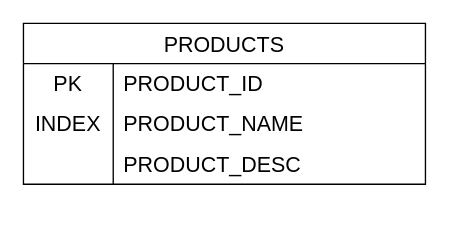
The draw.io diagram Diagrams/sellerCentral.drawio in abd-rish/ECommerce, before the edit. Source tidied: cells renumbered, new cells numbered last; positions are measured from the earlier drawing's top-left corner, leaving out a move shared by most shapes. Both pictures are drawn from the tidied source at 134%, with x=0, y=0 at pixel (23, 23).
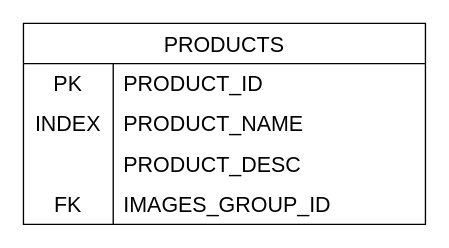
The same diagram, later.

Diff of the diagram source:
```diff
@@
 <mxGraphModel>
   <root>
     <mxCell id="0" />
     <mxCell id="1" parent="0" />
     <mxCell id="2" value="PRODUCTS" style="shape=table;startSize=30;childLayout=tableLayout;rowLines=0;fontStyle=0;strokeColor=default;fontSize=16;" parent="1" vertex="1">
-      <mxGeometry width="300" height="120" as="geometry" />
+      <mxGeometry width="300" height="150" as="geometry" />
     </mxCell>
     <mxCell id="3" style="shape=tableRow;horizontal=0;startSize=0;swimlaneHead=0;swimlaneBody=0;top=0;left=0;bottom=0;right=0;fillColor=none;strokeColor=inherit;fontSize=16;" parent="2" vertex="1">
       <mxGeometry y="30" width="300" height="30" as="geometry" />
     </mxCell>
     <mxCell id="4" value="PK" style="shape=partialRectangle;html=1;whiteSpace=wrap;fillColor=none;top=0;left=0;bottom=0;right=0;overflow=hidden;strokeColor=inherit;fontSize=16;" parent="3" vertex="1">
       <mxGeometry width="67" height="30" as="geometry" />
     </mxCell>
     <mxCell id="5" value="PRODUCT_ID" style="shape=partialRectangle;html=1;whiteSpace=wrap;fillColor=none;top=0;left=0;bottom=0;right=0;align=left;spacingLeft=6;overflow=hidden;strokeColor=inherit;fontSize=16;" parent="3" vertex="1">
       <mxGeometry x="67" width="233" height="30" as="geometry" />
     </mxCell>
     <mxCell id="6" style="shape=tableRow;horizontal=0;startSize=0;swimlaneHead=0;swimlaneBody=0;top=0;left=0;bottom=0;right=0;fillColor=none;strokeColor=inherit;fontSize=16;" parent="2" vertex="1">
       <mxGeometry y="60" width="300" height="30" as="geometry" />
     </mxCell>
     <mxCell id="7" value="INDEX" style="shape=partialRectangle;html=1;whiteSpace=wrap;fillColor=none;top=0;left=0;bottom=0;right=0;overflow=hidden;strokeColor=inherit;fontSize=16;" parent="6" vertex="1">
       <mxGeometry width="67" height="30" as="geometry" />
     </mxCell>
     <mxCell id="8" value="PRODUCT_NAME" style="shape=partialRectangle;html=1;whiteSpace=wrap;fillColor=none;top=0;left=0;bottom=0;right=0;align=left;spacingLeft=6;overflow=hidden;strokeColor=inherit;fontSize=16;" parent="6" vertex="1">
       <mxGeometry x="67" width="233" height="30" as="geometry" />
     </mxCell>
     <mxCell id="9" style="shape=tableRow;horizontal=0;startSize=0;swimlaneHead=0;swimlaneBody=0;top=0;left=0;bottom=0;right=0;fillColor=none;strokeColor=inherit;fontSize=16;" parent="2" vertex="1">
       <mxGeometry y="90" width="300" height="30" as="geometry" />
     </mxCell>
     <mxCell id="10" style="shape=partialRectangle;html=1;whiteSpace=wrap;fillColor=none;top=0;left=0;bottom=0;right=0;overflow=hidden;strokeColor=inherit;fontSize=16;" parent="9" vertex="1">
       <mxGeometry width="67" height="30" as="geometry" />
     </mxCell>
     <mxCell id="11" value="PRODUCT_DESC" style="shape=partialRectangle;html=1;whiteSpace=wrap;fillColor=none;top=0;left=0;bottom=0;right=0;align=left;spacingLeft=6;overflow=hidden;strokeColor=inherit;fontSize=16;" parent="9" vertex="1">
       <mxGeometry x="67" width="233" height="30" as="geometry" />
     </mxCell>
+    <mxCell id="12" style="shape=tableRow;horizontal=0;startSize=0;swimlaneHead=0;swimlaneBody=0;top=0;left=0;bottom=0;right=0;fillColor=none;strokeColor=inherit;fontSize=16;" parent="2" vertex="1">
+      <mxGeometry y="120" width="300" height="30" as="geometry" />
+    </mxCell>
+    <mxCell id="13" value="FK" style="shape=partialRectangle;html=1;whiteSpace=wrap;fillColor=none;top=0;left=0;bottom=0;right=0;overflow=hidden;strokeColor=inherit;fontSize=16;" parent="12" vertex="1">
+      <mxGeometry width="67" height="30" as="geometry" />
+    </mxCell>
+    <mxCell id="14" value="IMAGES_GROUP_ID" style="shape=partialRectangle;html=1;whiteSpace=wrap;fillColor=none;top=0;left=0;bottom=0;right=0;align=left;spacingLeft=6;overflow=hidden;strokeColor=inherit;fontSize=16;" parent="12" vertex="1">
+      <mxGeometry x="67" width="233" height="30" as="geometry" />
+    </mxCell>
   </root>
 </mxGraphModel>
```
